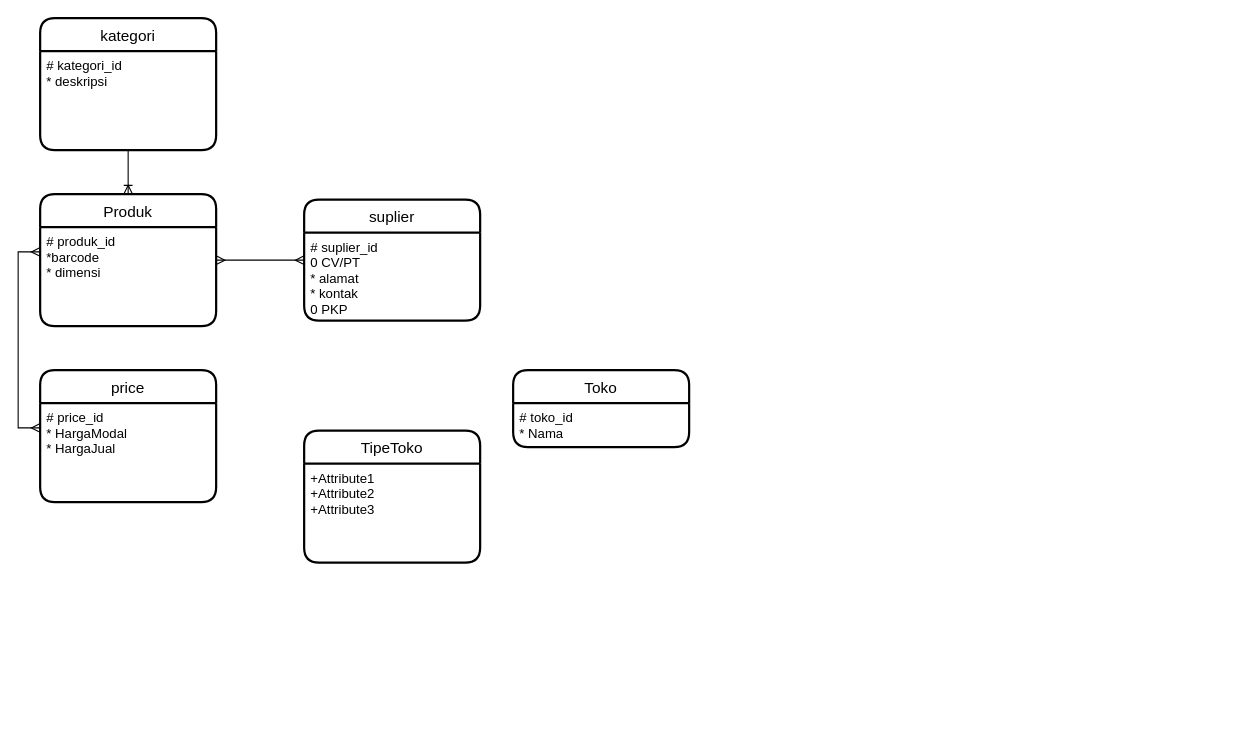
Before: NewNajib.drawio in Lastwolf666/PBO, a draw.io diagram. Source tidied: cells renumbered, new cells numbered last; positions are measured from the earlier drawing's top-left corner, leaving out a move shared by most shapes. Both pictures are drawn from the tidied source at 110%, with x=0, y=0 at pixel (18, 18).
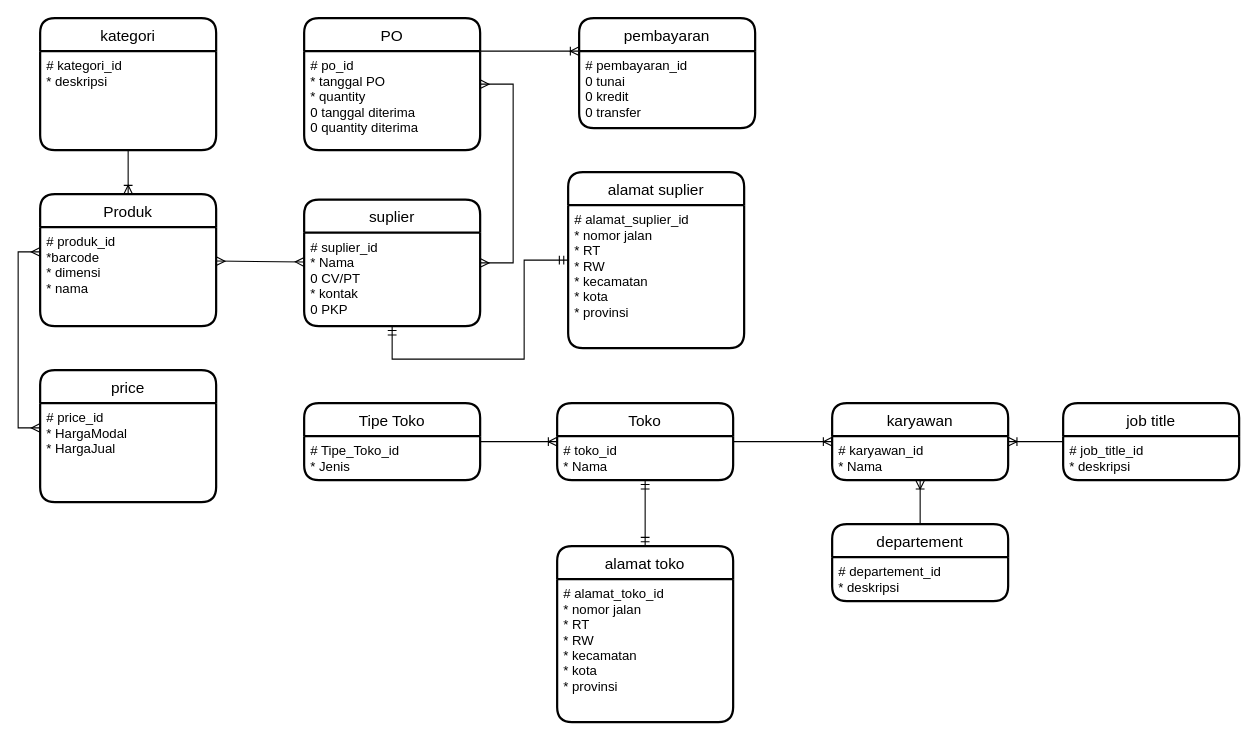
After the change.

Unchanged cells that the change refers to:
```xml
<mxCell id="2" value="Produk" style="swimlane;horizontal=1;startSize=30;rounded=1;fontSize=14;fontStyle=0;strokeWidth=2;shadow=0;dashed=0;align=center;" parent="1" vertex="1">
  <mxGeometry x="20" y="160" width="160" height="120" as="geometry" />
</mxCell>
```

The edit, as a diff of the source:
```diff
@@
-    <mxCell id="3" value="# produk_id&#10;*barcode&#10;* dimensi" style="align=left;strokeColor=none;fillColor=none;spacingLeft=4;fontSize=12;verticalAlign=top;" parent="2" vertex="1">
+    <mxCell id="3" value="# produk_id&#10;*barcode&#10;* dimensi&#10;* nama" style="align=left;strokeColor=none;fillColor=none;spacingLeft=4;fontSize=12;verticalAlign=top;" parent="2" vertex="1">
       <mxGeometry y="30" width="160" height="90" as="geometry" />
     </mxCell>
+    <mxCell id="27" style="edgeStyle=none;rounded=0;orthogonalLoop=1;jettySize=auto;html=1;exitX=0.25;exitY=1;exitDx=0;exitDy=0;" parent="2" edge="1" source="3" target="3">
+      <mxGeometry relative="1" as="geometry" />
+    </mxCell>
@@
     <mxCell id="10" value="suplier" style="swimlane;horizontal=1;startSize=30;rounded=1;fontSize=14;fontStyle=0;strokeWidth=2;shadow=0;dashed=0;align=center;" parent="1" vertex="1">
-      <mxGeometry x="260" y="165" width="160" height="110" as="geometry" />
+      <mxGeometry x="260" y="165" width="160" height="115" as="geometry" />
     </mxCell>
-    <mxCell id="11" value="# suplier_id&#10;0 CV/PT&#10;* alamat&#10;* kontak&#10;0 PKP" style="align=left;strokeColor=none;fillColor=none;spacingLeft=4;fontSize=12;verticalAlign=top;" parent="10" vertex="1">
-      <mxGeometry y="30" width="160" height="90" as="geometry" />
+    <mxCell id="11" value="# suplier_id&#10;* Nama&#10;0 CV/PT&#10;* kontak&#10;0 PKP&#10;" style="align=left;strokeColor=none;fillColor=none;spacingLeft=4;fontSize=12;verticalAlign=top;" parent="10" vertex="1">
+      <mxGeometry y="30" width="160" height="85" as="geometry" />
     </mxCell>
-    <mxCell id="12" style="align=left;strokeColor=none;fillColor=none;spacingLeft=4;fontSize=12;verticalAlign=top;" parent="10" vertex="1">
-      <mxGeometry y="120" width="160" height="90" as="geometry" />
-    </mxCell>
-    <mxCell id="13" value="TipeToko" style="swimlane;horizontal=1;startSize=30;rounded=1;fontSize=14;fontStyle=0;strokeWidth=2;shadow=0;dashed=0;align=center;" parent="10" vertex="1">
-      <mxGeometry y="210" width="160" height="120" as="geometry" />
-    </mxCell>
-    <mxCell id="14" value="+Attribute1&#10;+Attribute2&#10;+Attribute3" style="align=left;strokeColor=none;fillColor=none;spacingLeft=4;fontSize=12;verticalAlign=top;" parent="13" vertex="1">
-      <mxGeometry y="30" width="160" height="90" as="geometry" />
-    </mxCell>
-    <mxCell id="15" style="align=left;strokeColor=none;fillColor=none;spacingLeft=4;fontSize=12;verticalAlign=top;" parent="10" vertex="1">
-      <mxGeometry y="330" width="160" height="90" as="geometry" />
-    </mxCell>
-    <mxCell id="16" style="align=left;strokeColor=none;fillColor=none;spacingLeft=4;fontSize=12;verticalAlign=top;" parent="10" vertex="1">
-      <mxGeometry y="420" width="160" height="-270" as="geometry" />
-    </mxCell>
-    <mxCell id="17" style="align=left;strokeColor=none;fillColor=none;spacingLeft=4;fontSize=12;verticalAlign=top;" parent="10" vertex="1">
-      <mxGeometry y="150" width="160" height="10" as="geometry" />
-    </mxCell>
-    <mxCell id="18" style="align=left;strokeColor=none;fillColor=none;spacingLeft=4;fontSize=12;verticalAlign=top;" parent="10" vertex="1">
-      <mxGeometry y="160" width="160" as="geometry" />
-    </mxCell>
-    <mxCell id="19" style="align=left;strokeColor=none;fillColor=none;spacingLeft=4;fontSize=12;verticalAlign=top;" parent="10" vertex="1">
-      <mxGeometry y="160" width="160" as="geometry" />
-    </mxCell>
-    <mxCell id="20" style="align=left;strokeColor=none;fillColor=none;spacingLeft=4;fontSize=12;verticalAlign=top;" parent="10" vertex="1">
-      <mxGeometry y="160" width="160" as="geometry" />
-    </mxCell>
-    <mxCell id="21" style="align=left;strokeColor=none;fillColor=none;spacingLeft=4;fontSize=12;verticalAlign=top;" parent="10" vertex="1">
-      <mxGeometry y="160" width="160" as="geometry" />
-    </mxCell>
-    <mxCell id="22" style="align=left;strokeColor=none;fillColor=none;spacingLeft=4;fontSize=12;verticalAlign=top;" parent="10" vertex="1">
-      <mxGeometry y="160" width="160" as="geometry" />
-    </mxCell>
-    <mxCell id="23" style="align=left;strokeColor=none;fillColor=none;spacingLeft=4;fontSize=12;verticalAlign=top;" parent="10" vertex="1">
-      <mxGeometry y="160" width="160" height="-50" as="geometry" />
-    </mxCell>
@@
     <mxCell id="25" value="Toko" style="swimlane;horizontal=1;startSize=30;rounded=1;fontSize=14;fontStyle=0;strokeWidth=2;shadow=0;dashed=0;align=center;" parent="1" vertex="1">
-      <mxGeometry x="450" y="320" width="160" height="70" as="geometry" />
+      <mxGeometry x="490" y="350" width="160" height="70" as="geometry" />
     </mxCell>
@@
+    <mxCell id="28" value="Tipe Toko" style="swimlane;horizontal=1;startSize=30;rounded=1;fontSize=14;fontStyle=0;strokeWidth=2;shadow=0;dashed=0;align=center;" parent="1" vertex="1">
+      <mxGeometry x="260" y="350" width="160" height="70" as="geometry" />
+    </mxCell>
+    <mxCell id="29" value="# Tipe_Toko_id&#10;* Jenis&#10;" style="align=left;strokeColor=none;fillColor=none;spacingLeft=4;fontSize=12;verticalAlign=top;" parent="28" vertex="1">
+      <mxGeometry y="30" width="160" height="40" as="geometry" />
+    </mxCell>
+    <mxCell id="30" style="fontSize=12;html=1;endArrow=ERoneToMany;rounded=0;" parent="1" edge="1" source="28" target="25">
+      <mxGeometry relative="1" as="geometry" />
+    </mxCell>
+    <mxCell id="31" value="alamat toko" style="swimlane;horizontal=1;startSize=30;rounded=1;fontSize=14;fontStyle=0;strokeWidth=2;shadow=0;dashed=0;align=center;" parent="1" vertex="1">
+      <mxGeometry x="490" y="480" width="160" height="160" as="geometry" />
+    </mxCell>
+    <mxCell id="32" value="# alamat_toko_id&#10;* nomor jalan&#10;* RT&#10;* RW&#10;* kecamatan&#10;* kota&#10;* provinsi" style="align=left;strokeColor=none;fillColor=none;spacingLeft=4;fontSize=12;verticalAlign=top;" parent="31" vertex="1">
+      <mxGeometry y="30" width="160" height="130" as="geometry" />
+    </mxCell>
+    <mxCell id="33" style="fontSize=12;html=1;endArrow=ERmandOne;startArrow=ERmandOne;rounded=0;" parent="1" edge="1" source="31" target="25">
+      <mxGeometry relative="1" as="geometry" />
+    </mxCell>
+    <mxCell id="34" value="karyawan" style="swimlane;horizontal=1;startSize=30;rounded=1;fontSize=14;fontStyle=0;strokeWidth=2;shadow=0;dashed=0;align=center;" parent="1" vertex="1">
+      <mxGeometry x="740" y="350" width="160" height="70" as="geometry" />
+    </mxCell>
+    <mxCell id="35" value="# karyawan_id&#10;* Nama" style="align=left;strokeColor=none;fillColor=none;spacingLeft=4;fontSize=12;verticalAlign=top;" parent="34" vertex="1">
+      <mxGeometry y="30" width="160" height="40" as="geometry" />
+    </mxCell>
+    <mxCell id="36" value="departement" style="swimlane;horizontal=1;startSize=30;rounded=1;fontSize=14;fontStyle=0;strokeWidth=2;shadow=0;dashed=0;align=center;" parent="1" vertex="1">
+      <mxGeometry x="740" y="460" width="160" height="70" as="geometry" />
+    </mxCell>
+    <mxCell id="37" value="# departement_id&#10;* deskripsi" style="align=left;strokeColor=none;fillColor=none;spacingLeft=4;fontSize=12;verticalAlign=top;" parent="36" vertex="1">
+      <mxGeometry y="30" width="160" height="40" as="geometry" />
+    </mxCell>
+    <mxCell id="38" value="job title" style="swimlane;horizontal=1;startSize=30;rounded=1;fontSize=14;fontStyle=0;strokeWidth=2;shadow=0;dashed=0;align=center;" parent="1" vertex="1">
+      <mxGeometry x="950" y="350" width="160" height="70" as="geometry" />
+    </mxCell>
+    <mxCell id="39" value="# job_title_id&#10;* deskripsi" style="align=left;strokeColor=none;fillColor=none;spacingLeft=4;fontSize=12;verticalAlign=top;" parent="38" vertex="1">
+      <mxGeometry y="30" width="160" height="40" as="geometry" />
+    </mxCell>
+    <mxCell id="40" style="fontSize=12;html=1;endArrow=ERoneToMany;rounded=0;" parent="1" edge="1" source="38" target="34">
+      <mxGeometry relative="1" as="geometry" />
+    </mxCell>
+    <mxCell id="41" style="fontSize=12;html=1;endArrow=ERoneToMany;rounded=0;" parent="1" edge="1" source="36" target="34">
+      <mxGeometry relative="1" as="geometry" />
+    </mxCell>
+    <mxCell id="42" style="fontSize=12;html=1;endArrow=ERoneToMany;rounded=0;" parent="1" edge="1" source="25" target="34">
+      <mxGeometry relative="1" as="geometry" />
+    </mxCell>
+    <mxCell id="43" value="PO" style="swimlane;horizontal=1;startSize=30;rounded=1;fontSize=14;fontStyle=0;strokeWidth=2;shadow=0;dashed=0;align=center;" parent="1" vertex="1">
+      <mxGeometry x="260" width="160" height="120" as="geometry" />
+    </mxCell>
+    <mxCell id="44" value="# po_id&#10;* tanggal PO&#10;* quantity&#10;0 tanggal diterima&#10;0 quantity diterima" style="align=left;strokeColor=none;fillColor=none;spacingLeft=4;fontSize=12;verticalAlign=top;" parent="43" vertex="1">
+      <mxGeometry y="30" width="160" height="90" as="geometry" />
+    </mxCell>
+    <mxCell id="45" style="edgeStyle=entityRelationEdgeStyle;fontSize=12;html=1;endArrow=ERmany;startArrow=ERmany;rounded=0;" parent="1" edge="1" source="10" target="43">
+      <mxGeometry relative="1" as="geometry" />
+    </mxCell>
+    <mxCell id="46" value="alamat suplier" style="swimlane;horizontal=1;startSize=30;rounded=1;fontSize=14;fontStyle=0;strokeWidth=2;shadow=0;dashed=0;align=center;" parent="1" vertex="1">
+      <mxGeometry x="500" y="140" width="160" height="160" as="geometry" />
+    </mxCell>
+    <mxCell id="47" value="# alamat_suplier_id&#10;* nomor jalan&#10;* RT&#10;* RW&#10;* kecamatan&#10;* kota&#10;* provinsi" style="align=left;strokeColor=none;fillColor=none;spacingLeft=4;fontSize=12;verticalAlign=top;" parent="46" vertex="1">
+      <mxGeometry y="30" width="160" height="130" as="geometry" />
+    </mxCell>
+    <mxCell id="48" style="edgeStyle=orthogonalEdgeStyle;fontSize=12;html=1;endArrow=ERmandOne;startArrow=ERmandOne;rounded=0;exitX=0.5;exitY=1;exitDx=0;exitDy=0;" parent="1" edge="1" source="11" target="46">
+      <mxGeometry relative="1" as="geometry">
+        <Array as="points">
+          <mxPoint x="340" y="310" />
+          <mxPoint x="460" y="310" />
+          <mxPoint x="460" y="220" />
+        </Array>
+      </mxGeometry>
+    </mxCell>
+    <mxCell id="49" value="pembayaran" style="swimlane;horizontal=1;startSize=30;rounded=1;fontSize=14;fontStyle=0;strokeWidth=2;shadow=0;dashed=0;align=center;" parent="1" vertex="1">
+      <mxGeometry x="510" width="160" height="100" as="geometry" />
+    </mxCell>
+    <mxCell id="50" value="# pembayaran_id&#10;0 tunai&#10;0 kredit&#10;0 transfer" style="align=left;strokeColor=none;fillColor=none;spacingLeft=4;fontSize=12;verticalAlign=top;" parent="49" vertex="1">
+      <mxGeometry y="30" width="160" height="70" as="geometry" />
+    </mxCell>
+    <mxCell id="51" style="fontSize=12;html=1;endArrow=ERoneToMany;rounded=0;exitX=1;exitY=0.25;exitDx=0;exitDy=0;entryX=0;entryY=0;entryDx=0;entryDy=0;" parent="1" edge="1" source="43" target="50">
+      <mxGeometry relative="1" as="geometry" />
+    </mxCell>
```
